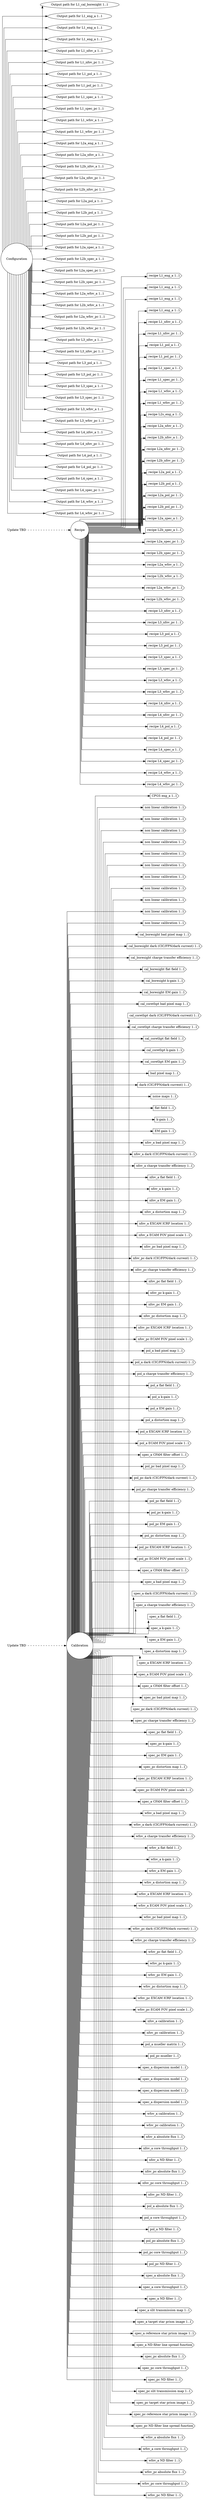
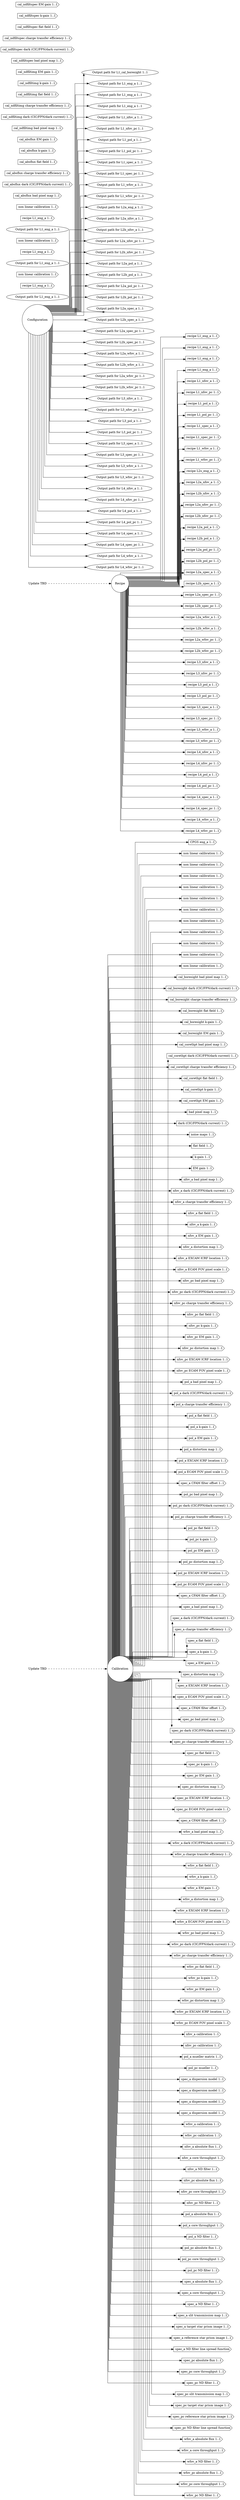
digraph Clerks
{
  graph [splines="ortho", rankdir=LR];

  alarm_cal [label="Update TBD", shape="none"];
  alarm_rec [label="Update TBD", shape="none"];

  calib [label="Calibration", shape="circle",
         runname="clerk.calibration"
         runtype="dawgie.Analyzer"
         fsmtype="dip.clerk.impls.calibration.FSM"];
  config [label="Configuration", shape="circle",
          runname="clerk.configuration",
          runtype="dawgie.Analyzer",
          fsmtype="dip.clerk.impls.config.FSM"];
  recipe [label="Recipe", shape="circle",
          runname="clerk.recipe"
          runtype="dawgie.Analyzer"
          fsmtype="dip.clerk.impls.recipe.FSM"];

  eng_a_cpgs [label="CPGS eng_a 1..1", shape="cds",
              valname="clerk.calibration.eng_a.cpgs",
              valtype="dip.base.Cpgs"];

  // begin l1
+   l1_cal_absflux_odir [label="Output path for L1_eng_a 1..1", shape="ellipse",
+                        valname="clerk.configuration.l1_cal_absflux.outdir",
+                        valtype="dip.base.Configuration"];
+   l1_cal_absflux_rec [label="recipe L1_eng_a 1..1", shape="cds",
+                       valname="clerk.recipe.l1_cal_absflux.recipe",
+                       valtype="dip.base.Recipe"];
+   l1_cal_absflux_nllut [label="non linear calibration 1..1", shape="cds",
+                         valname="clerk.calibration.l1_cal_absflux.nonlin",
+                         valtype="dip.base.Calibration"];
+ 
  l1_cal_boresight_odir [label="Output path for L1_cal_boresight 1..1", shape="ellipse",
                         valname="clerk.configuration.l1_cal_boresight.outdir",
                         valtype="dip.base.Configuration"];
  l1_cal_boresight_rec [label="recipe L1_eng_a 1..1", shape="cds",
                        valname="clerk.recipe.l1_cal_boresight.recipe",
                        valtype="dip.base.Recipe"];
  l1_cal_boresight_nllut [label="non linear calibration 1..1", shape="cds",
                          valname="clerk.calibration.l1_cal_boresight.nonlin",
                          valtype="dip.base.Calibration"];

  l1_cal_corethpt_odir [label="Output path for L1_eng_a 1..1", shape="ellipse",
                        valname="clerk.configuration.l1_cal_corethpt.outdir",
                        valtype="dip.base.Configuration"];
  l1_cal_corethpt_rec [label="recipe L1_eng_a 1..1", shape="cds",
                       valname="clerk.recipe.l1_cal_corethpt.recipe",
                       valtype="dip.base.Recipe"];
  l1_cal_corethpt_nllut [label="non linear calibration 1..1", shape="cds",
                         valname="clerk.calibration.l1_cal_corethpt.nonlin",
                         valtype="dip.base.Calibration"];

+   l1_cal_ndfiltimg_odir [label="Output path for L1_eng_a 1..1", shape="ellipse",
+                         valname="clerk.configuration.l1_cal_ndfiltimg.outdir",
+                         valtype="dip.base.Configuration"];
+   l1_cal_ndfiltimg_rec [label="recipe L1_eng_a 1..1", shape="cds",
+                        valname="clerk.recipe.l1_cal_ndfiltimg.recipe",
+                        valtype="dip.base.Recipe"];
+   l1_cal_ndfiltimg_nllut [label="non linear calibration 1..1", shape="cds",
+                          valname="clerk.calibration.l1_cal_ndfiltimg.nonlin",
+                          valtype="dip.base.Calibration"];
+ 
+   l1_cal_ndfiltspec_odir [label="Output path for L1_eng_a 1..1", shape="ellipse",
+                           valname="clerk.configuration.l1_cal_ndfiltspec.outdir",
+                           valtype="dip.base.Configuration"];
+   l1_cal_ndfiltspec_rec [label="recipe L1_eng_a 1..1", shape="cds",
+                          valname="clerk.recipe.l1_cal_ndfiltspec.recipe",
+                          valtype="dip.base.Recipe"];
+   l1_cal_ndfiltspec_nllut [label="non linear calibration 1..1", shape="cds",
+                            valname="clerk.calibration.l1_cal_ndfiltspec.nonlin",
+                            valtype="dip.base.Calibration"];
+ 
  l1_cal_pupil_odir [label="Output path for L1_eng_a 1..1", shape="ellipse",
                     valname="clerk.configuration.l1_cal_pupil.outdir",
                     valtype="dip.base.Configuration"];
  l1_cal_pupil_rec [label="recipe L1_eng_a 1..1", shape="cds",
                    valname="clerk.recipe.l1_cal_pupil.recipe",
                    valtype="dip.base.Recipe"];

  l1_eng_a_odir [label="Output path for L1_eng_a 1..1", shape="ellipse",
                 valname="clerk.configuration.l1_eng_a.outdir",
                 valtype="dip.base.Configuration"];
  l1_eng_a_rec [label="recipe L1_eng_a 1..1", shape="cds",
                valname="clerk.recipe.l1_eng_a.recipe",
                valtype="dip.base.Recipe"];
  l1_eng_a_nln [label="non linear calibration 1..1", shape="cds",
                valname="clerk.calibration.l1_eng_a.nonlin",
                valtype="dip.base.Calibration"];

  l1_nfov_a_odir [label="Output path for L1_nfov_a 1..1", shape="ellipse",
                 valname="clerk.configuration.l1_nfov_a.outdir",
                 valtype="dip.base.Configuration"];
  l1_nfov_a_rec [label="recipe L1_nfov_a 1..1", shape="cds",
                valname="clerk.recipe.l1_nfov_a.recipe",
                valtype="dip.base.Recipe"];
  l1_nfov_a_nllut [label="non linear calibration 1..1", shape="cds",
                     valname="clerk.calibration.l1_nfov_a.nonlin",
                     valtype="dip.base.Calibration"];

  l1_nfov_pc_odir [label="Output path for L1_nfov_pc 1..1", shape="ellipse",
                 valname="clerk.configuration.l1_nfov_pc.outdir",
                 valtype="dip.base.Configuration"];
  l1_nfov_pc_rec [label="recipe L1_nfov_pc 1..1", shape="cds",
                valname="clerk.recipe.l1_nfov_pc.recipe",
                valtype="dip.base.Recipe"];
  l1_nfov_pc_nllut [label="non linear calibration 1..1", shape="cds",
                     valname="clerk.calibration.l1_nfov_pc.nonlin",
                     valtype="dip.base.Calibration"];

  l1_pol_a_odir [label="Output path for L1_pol_a 1..1", shape="ellipse",
                 valname="clerk.configuration.l1_pol_a.outdir",
                 valtype="dip.base.Configuration"];
  l1_pol_a_rec [label="recipe L1_pol_a 1..1", shape="cds",
                valname="clerk.recipe.l1_pol_a.recipe",
                valtype="dip.base.Recipe"];
  l1_pol_a_nllut [label="non linear calibration 1..1", shape="cds",
                     valname="clerk.calibration.l1_pol_a.nonlin",
                     valtype="dip.base.Calibration"];

  l1_pol_pc_odir [label="Output path for L1_pol_pc 1..1", shape="ellipse",
                 valname="clerk.configuration.l1_pol_pc.outdir",
                 valtype="dip.base.Configuration"];
  l1_pol_pc_rec [label="recipe L1_pol_pc 1..1", shape="cds",
                valname="clerk.recipe.l1_pol_pc.recipe",
                valtype="dip.base.Recipe"];
  l1_pol_pc_nllut [label="non linear calibration 1..1", shape="cds",
                     valname="clerk.calibration.l1_pol_pc.nonlin",
                     valtype="dip.base.Calibration"];

  l1_spec_a_odir [label="Output path for L1_spec_a 1..1", shape="ellipse",
                 valname="clerk.configuration.l1_spec_a.outdir",
                 valtype="dip.base.Configuration"];
  l1_spec_a_rec [label="recipe L1_spec_a 1..1", shape="cds",
                valname="clerk.recipe.l1_spec_a.recipe",
                valtype="dip.base.Recipe"];
  l1_spec_a_nllut [label="non linear calibration 1..1", shape="cds",
                     valname="clerk.calibration.l1_spec_a.nonlin",
                     valtype="dip.base.Calibration"];

  l1_spec_pc_odir [label="Output path for L1_spec_pc 1..1", shape="ellipse",
                 valname="clerk.configuration.l1_spec_pc.outdir",
                 valtype="dip.base.Configuration"];
  l1_spec_pc_rec [label="recipe L1_spec_pc 1..1", shape="cds",
                valname="clerk.recipe.l1_spec_pc.recipe",
                valtype="dip.base.Recipe"];
  l1_spec_pc_nllut [label="non linear calibration 1..1", shape="cds",
                     valname="clerk.calibration.l1_spec_pc.nonlin",
                     valtype="dip.base.Calibration"];

  l1_wfov_a_odir [label="Output path for L1_wfov_a 1..1", shape="ellipse",
                 valname="clerk.configuration.l1_wfov_a.outdir",
                 valtype="dip.base.Configuration"];
  l1_wfov_a_rec [label="recipe L1_wfov_a 1..1", shape="cds",
                valname="clerk.recipe.l1_wfov_a.recipe",
                valtype="dip.base.Recipe"];
  l1_wfov_a_nllut [label="non linear calibration 1..1", shape="cds",
                     valname="clerk.calibration.l1_wfov_a.nonlin",
                     valtype="dip.base.Calibration"];

  l1_wfov_pc_odir [label="Output path for L1_wfov_pc 1..1", shape="ellipse",
                 valname="clerk.configuration.l1_wfov_pc.outdir",
                 valtype="dip.base.Configuration"];
  l1_wfov_pc_rec [label="recipe L1_wfov_pc 1..1", shape="cds",
                valname="clerk.recipe.l1_wfov_pc.recipe",
                valtype="dip.base.Recipe"];
  l1_wfov_pc_nllut [label="non linear calibration 1..1", shape="cds",
                     valname="clerk.calibration.l1_wfov_pc.nonlin",
                     valtype="dip.base.Calibration"];
  // end l1

  // begin l2
+   l2a_cal_absflux_mbpm [label="cal_absflux bad pixel map 1..1", shape="cds",
+                          valname="clerk.calibration.l2a_cal_absflux.bad_pix_map",
+                          valtype="dip.base.Calibration"];
+   l2a_cal_absflux_dnb  [label="cal_absflux dark (CIC/FPN/dark current) 1..1", shape="cds",
+                          valname="clerk.calibration.l2a_cal_absflux.darks",
+                          valtype="dip.base.Calibration"];
+   l2a_cal_absflux_cti  [label="cal_absflux charge transfer efficiency 1..1", shape="cds",
+                          valname="clerk.calibration.l2a_cal_absflux.charge_xfer_eff",
+                          valtype="dip.base.Calibration"];
+   l2a_cal_absflux_ff  [label="cal_absflux flat field 1..1", shape="cds",
+                         valname="clerk.calibration.l2a_cal_absflux.flat_field",
+                         valtype="dip.base.Calibration"];
+   l2a_cal_absflux_kgain  [label="cal_absflux k-gain 1..1", shape="cds",
+                            valname="clerk.calibration.l2a_cal_absflux.k_gain",
+                            valtype="dip.base.Calibration"];
+   l2a_cal_absflux_emg [label="cal_absflux EM gain 1..1", shape="cds",
+                         valname="clerk.calibration.l2a_cal_absflux.em_gain",
+                         valtype="dip.base.Calibration"];
+ 
  l2a_cal_boresight_mbpm [label="cal_boresight bad pixel map 1..1", shape="cds",
                          valname="clerk.calibration.l2a_cal_boresight.bad_pix_map",
                          valtype="dip.base.Calibration"];
  l2a_cal_boresight_dnb  [label="cal_boresight dark (CIC/FPN/dark current) 1..1", shape="cds",
                          valname="clerk.calibration.l2a_cal_boresight.darks",
                          valtype="dip.base.Calibration"];
  l2a_cal_boresight_cti  [label="cal_boresight charge transfer efficiency 1..1", shape="cds",
                          valname="clerk.calibration.l2a_cal_boresight.charge_xfer_eff",
                          valtype="dip.base.Calibration"];
  l2a_cal_boresight_ff  [label="cal_boresight flat field 1..1", shape="cds",
                         valname="clerk.calibration.l2a_cal_boresight.flat_field",
                         valtype="dip.base.Calibration"];
  l2a_cal_boresight_kgain  [label="cal_boresight k-gain 1..1", shape="cds",
                            valname="clerk.calibration.l2a_cal_boresight.k_gain",
                            valtype="dip.base.Calibration"];
  l2a_cal_boresight_emg [label="cal_boresight EM gain 1..1", shape="cds",
                         valname="clerk.calibration.l2a_cal_boresight.em_gain",
                         valtype="dip.base.Calibration"];

  l2a_cal_corethpt_mbpm [label="cal_corethpt bad pixel map 1..1", shape="cds",
                         valname="clerk.calibration.l2a_cal_corethpt.bad_pix_map",
                         valtype="dip.base.Calibration"];
  l2a_cal_corethpt_dnb  [label="cal_corethpt dark (CIC/FPN/dark current) 1..1", shape="cds",
                         valname="clerk.calibration.l2a_cal_corethpt.darks",
                         valtype="dip.base.Calibration"];
  l2a_cal_corethpt_cti  [label="cal_corethpt charge transfer efficiency 1..1", shape="cds",
                         valname="clerk.calibration.l2a_cal_corethpt.charge_xfer_eff",
                         valtype="dip.base.Calibration"];
  l2a_cal_corethpt_ff  [label="cal_corethpt flat field 1..1", shape="cds",
                        valname="clerk.calibration.l2a_cal_corethpt.flat_field",
                        valtype="dip.base.Calibration"];
  l2a_cal_corethpt_kgain  [label="cal_corethpt k-gain 1..1", shape="cds",
                           valname="clerk.calibration.l2a_cal_corethpt.k_gain",
                           valtype="dip.base.Calibration"];
  l2a_cal_corethpt_emg [label="cal_corethpt EM gain 1..1", shape="cds",
                        valname="clerk.calibration.l2a_cal_corethpt.em_gain",
+                         valtype="dip.base.Calibration"];
+ 
+   l2a_cal_ndfiltimg_mbpm [label="cal_ndfiltimg bad pixel map 1..1", shape="cds",
+                          valname="clerk.calibration.l2a_cal_ndfiltimg.bad_pix_map",
+                          valtype="dip.base.Calibration"];
+   l2a_cal_ndfiltimg_dnb  [label="cal_ndfiltimg dark (CIC/FPN/dark current) 1..1", shape="cds",
+                          valname="clerk.calibration.l2a_cal_ndfiltimg.darks",
+                          valtype="dip.base.Calibration"];
+   l2a_cal_ndfiltimg_cti  [label="cal_ndfiltimg charge transfer efficiency 1..1", shape="cds",
+                          valname="clerk.calibration.l2a_cal_ndfiltimg.charge_xfer_eff",
+                          valtype="dip.base.Calibration"];
+   l2a_cal_ndfiltimg_ff  [label="cal_ndfiltimg flat field 1..1", shape="cds",
+                         valname="clerk.calibration.l2a_cal_ndfiltimg.flat_field",
+                         valtype="dip.base.Calibration"];
+   l2a_cal_ndfiltimg_kgain  [label="cal_ndfiltimg k-gain 1..1", shape="cds",
+                            valname="clerk.calibration.l2a_cal_ndfiltimg.k_gain",
+                            valtype="dip.base.Calibration"];
+   l2a_cal_ndfiltimg_emg [label="cal_ndfiltimg EM gain 1..1", shape="cds",
+                         valname="clerk.calibration.l2a_cal_ndfiltimg.em_gain",
+                         valtype="dip.base.Calibration"];
+ 
+ 
+   l2a_cal_ndfiltspec_mbpm [label="cal_ndfiltspec bad pixel map 1..1", shape="cds",
+                          valname="clerk.calibration.l2a_cal_ndfiltspec.bad_pix_map",
+                          valtype="dip.base.Calibration"];
+   l2a_cal_ndfiltspec_dnb  [label="cal_ndfiltspec dark (CIC/FPN/dark current) 1..1", shape="cds",
+                          valname="clerk.calibration.l2a_cal_ndfiltspec.darks",
+                          valtype="dip.base.Calibration"];
+   l2a_cal_ndfiltspec_cti  [label="cal_ndfiltspec charge transfer efficiency 1..1", shape="cds",
+                          valname="clerk.calibration.l2a_cal_ndfiltspec.charge_xfer_eff",
+                          valtype="dip.base.Calibration"];
+   l2a_cal_ndfiltspec_ff  [label="cal_ndfiltspec flat field 1..1", shape="cds",
+                         valname="clerk.calibration.l2a_cal_ndfiltspec.flat_field",
+                         valtype="dip.base.Calibration"];
+   l2a_cal_ndfiltspec_kgain  [label="cal_ndfiltspec k-gain 1..1", shape="cds",
+                            valname="clerk.calibration.l2a_cal_ndfiltspec.k_gain",
+                            valtype="dip.base.Calibration"];
+   l2a_cal_ndfiltspec_emg [label="cal_ndfiltspec EM gain 1..1", shape="cds",
+                         valname="clerk.calibration.l2a_cal_ndfiltspec.em_gain",
                        valtype="dip.base.Calibration"];

  l2a_eng_a_odir [label="Output path for L2a_eng_a 1..1", shape="ellipse",
                 valname="clerk.configuration.l2_eng_a.outdir",
                 valtype="dip.base.Configuration"];
  l2a_eng_a_rec [label="recipe L2s_eng_a 1..1", shape="cds",
                 valname="clerk.recipe.l2a_eng_a.recipe",
                 valtype="dip.base.Recipe"];
  l2a_eng_a_mbpm [label="bad pixel map 1..1", shape="cds",
                valname="clerk.calibration.l2a_eng_a.bad_pix_map",
                valtype="dip.base.Calibration"];
  l2a_eng_a_dnb  [label="dark (CIC/FPN/dark current) 1..1", shape="cds",
                  valname="clerk.calibration.l2a_eng_a.darks",
                  valtype="dip.base.Calibration"];
  l2a_eng_a_nm  [label="noise maps 1..1", shape="cds",
                valname="clerk.calibration.l2a_eng_a.noise_map",
                valtype="dip.base.Calibration"];
  l2a_eng_a_ff  [label="flat field 1..1", shape="cds",
                valname="clerk.calibration.l2a_eng_a.flat_field",
                valtype="dip.base.Calibration"];
  l2a_eng_a_kgain  [label="k-gain 1..1", shape="cds",
                valname="clerk.calibration.l2a_eng_a.k_gain",
                valtype="dip.base.Calibration"];
  l2a_eng_a_emg [label="EM gain 1..1", shape="cds",
                valname="clerk.calibration.l2a_eng_a.em_gain",
                valtype="dip.base.Calibration"];

  l2a_nfov_a_odir [label="Output path for L2a_nfov_a 1..1", shape="ellipse",
                 valname="clerk.configuration.l2a_nfov_a.outdir",
                 valtype="dip.base.Configuration"];
  l2a_nfov_a_rec [label="recipe L2a_nfov_a 1..1", shape="cds",
                 valname="clerk.recipe.l2a_nfov_a.recipe",
                 valtype="dip.base.Recipe"];
  l2a_nfov_a_mbpm [label="nfov_a bad pixel map 1..1", shape="cds",
                valname="clerk.calibration.l2a_nfov_a.bad_pix_map",
                valtype="dip.base.Calibration"];
  l2a_nfov_a_dnb  [label="nfov_a dark (CIC/FPN/dark current) 1..1", shape="cds",
                  valname="clerk.calibration.l2a_nfov_a.darks",
                  valtype="dip.base.Calibration"];
  l2a_nfov_a_cti  [label="nfov_a charge transfer efficiency 1..1", shape="cds",
                valname="clerk.calibration.l2a_nfov_a.charge_xfer_eff",
                valtype="dip.base.Calibration"];
  l2a_nfov_a_ff  [label="nfov_a flat field 1..1", shape="cds",
                valname="clerk.calibration.l2a_nfov_a.flat_field",
                valtype="dip.base.Calibration"];
  l2a_nfov_a_kgain  [label="nfov_a k-gain 1..1", shape="cds",
                valname="clerk.calibration.l2a_nfov_a.k_gain",
                valtype="dip.base.Calibration"];
  l2a_nfov_a_emg [label="nfov_a EM gain 1..1", shape="cds",
                valname="clerk.calibration.l2a_nfov_a.em_gain",
                valtype="dip.base.Calibration"];
  l2b_nfov_a_odir [label="Output path for L2b_nfov_a 1..1", shape="ellipse",
                 valname="clerk.configuration.l2b_nfov_a.outdir",
                 valtype="dip.base.Configuration"];
  l2b_nfov_a_rec [label="recipe L2b_nfov_a 1..1", shape="cds",
                 valname="clerk.recipe.l2b_nfov_a.recipe",
                 valtype="dip.base.Recipe"];
  l2b_nfov_a_distm [label="nfov_a distortion map 1..1", shape="cds",
                 valname="clerk.calibration.l2b_nfov_a.distortion_map",
                 valtype="dip.base.Calibration"];
  l2b_nfov_a_excicrf [label="nfov_a EXCAM ICRF location 1..1", shape="cds",
                 valname="clerk.calibration.l2b_nfov_a.excam_icrf_location",
                 valtype="dip.base.Calibration"];
  l2b_nfov_a_excfovps [label="nfov_a ECAM FOV pixel scale 1..1", shape="cds",
                 valname="clerk.calibration.l2b_nfov_a.excam_fov_pixel_scale",
                 valtype="dip.base.Calibration"];

  l2a_nfov_pc_odir [label="Output path for L2a_nfov_pc 1..1", shape="ellipse",
                 valname="clerk.configuration.l2a_nfov_pc.outdir",
                 valtype="dip.base.Configuration"];
  l2a_nfov_pc_rec [label="recipe L2a_nfov_pc 1..1", shape="cds",
                 valname="clerk.recipe.l2a_nfov_pc.recipe",
                 valtype="dip.base.Recipe"];
  l2a_nfov_pc_mbpm [label="nfov_pc bad pixel map 1..1", shape="cds",
                valname="clerk.calibration.l2a_nfov_pc.bad_pix_map",
                valtype="dip.base.Calibration"];
  l2a_nfov_pc_dnb  [label="nfov_pc dark (CIC/FPN/dark current) 1..1", shape="cds",
                  valname="clerk.calibration.l2a_nfov_pc.darks",
                  valtype="dip.base.Calibration"];
  l2a_nfov_pc_cti  [label="nfov_pc charge transfer efficiency 1..1", shape="cds",
                valname="clerk.calibration.l2a_nfov_pc.charge_xfer_eff",
                valtype="dip.base.Calibration"];
  l2a_nfov_pc_ff  [label="nfov_pc flat field 1..1", shape="cds",
                valname="clerk.calibration.l2a_nfov_pc.flat_field",
                valtype="dip.base.Calibration"];
  l2a_nfov_pc_kgain  [label="nfov_pc k-gain 1..1", shape="cds",
                valname="clerk.calibration.l2a_nfov_pc.k_gain",
                valtype="dip.base.Calibration"];
  l2a_nfov_pc_emg [label="nfov_pc EM gain 1..1", shape="cds",
                valname="clerk.calibration.l2a_nfov_pc.em_gain",
                valtype="dip.base.Calibration"];
  l2b_nfov_pc_odir [label="Output path for L2b_nfov_pc 1..1", shape="ellipse",
                 valname="clerk.configuration.l2b_nfov_pc.outdir",
                 valtype="dip.base.Configuration"];
  l2b_nfov_pc_rec [label="recipe L2b_nfov_pc 1..1", shape="cds",
                 valname="clerk.recipe.l2b_nfov_pc.recipe",
                 valtype="dip.base.Recipe"];
  l2b_nfov_pc_distm [label="nfov_pc distortion map 1..1", shape="cds",
                 valname="clerk.calibration.l2b_nfov_pc.distortion_map",
                 valtype="dip.base.Calibration"];
  l2b_nfov_pc_excicrf [label="nfov_pc EXCAM ICRF location 1..1", shape="cds",
                 valname="clerk.calibration.l2b_nfov_pc.excam_icrf_location",
                 valtype="dip.base.Calibration"];
  l2b_nfov_pc_excfovps [label="nfov_pc ECAM FOV pixel scale 1..1", shape="cds",
                 valname="clerk.calibration.l2b_nfov_pc.excam_fov_pixel_scale",
                 valtype="dip.base.Calibration"];

  l2a_pol_a_odir [label="Output path for L2a_pol_a 1..1", shape="ellipse",
                 valname="clerk.configuration.l2a_pol_a.outdir",
                 valtype="dip.base.Configuration"];
  l2a_pol_a_rec [label="recipe L2a_pol_a 1..1", shape="cds",
                 valname="clerk.recipe.l2a_pol_a.recipe",
                 valtype="dip.base.Recipe"];
  l2a_pol_a_mbpm [label="pol_a bad pixel map 1..1", shape="cds",
                valname="clerk.calibration.l2a_pol_a.bad_pix_map",
                valtype="dip.base.Calibration"];
  l2a_pol_a_dnb  [label="pol_a dark (CIC/FPN/dark current) 1..1", shape="cds",
                  valname="clerk.calibration.l2a_pol_a.darks",
                  valtype="dip.base.Calibration"];
  l2a_pol_a_cti  [label="pol_a charge transfer efficiency 1..1", shape="cds",
                valname="clerk.calibration.l2a_pol_a.charge_xfer_eff",
                valtype="dip.base.Calibration"];
  l2a_pol_a_polff  [label="pol_a flat field 1..1", shape="cds",
                valname="clerk.calibration.l2a_pol_a.flat_field",
                valtype="dip.base.Calibration"];
  l2a_pol_a_kgain  [label="pol_a k-gain 1..1", shape="cds",
                valname="clerk.calibration.l2a_pol_a.k_gain",
                valtype="dip.base.Calibration"];
  l2a_pol_a_emg [label="pol_a EM gain 1..1", shape="cds",
                valname="clerk.calibration.l2a_pol_a.em_gain",
                valtype="dip.base.Calibration"];
  l2b_pol_a_odir [label="Output path for L2b_pol_a 1..1", shape="ellipse",
                 valname="clerk.configuration.l2b_pol_a.outdir",
                 valtype="dip.base.Configuration"];
  l2b_pol_a_rec [label="recipe L2b_pol_a 1..1", shape="cds",
                 valname="clerk.recipe.l2b_pol_a.recipe",
                 valtype="dip.base.Recipe"];
  l2b_pol_a_distm [label="pol_a distortion map 1..1", shape="cds",
                 valname="clerk.calibration.l2b_pol_a.distortion_map",
                 valtype="dip.base.Calibration"];
  l2b_pol_a_excicrf [label="pol_a EXCAM ICRF location 1..1", shape="cds",
                 valname="clerk.calibration.l2b_pol_a.excam_icrf_location",
                 valtype="dip.base.Calibration"];
  l2b_pol_a_excfovps [label="pol_a ECAM FOV pixel scale 1..1", shape="cds",
                 valname="clerk.calibration.l2b_pol_a.excam_fov_pixel_scale",
                 valtype="dip.base.Calibration"];
  l2b_pol_a_cfamfo [label="spec_a CFAM filter offset 1..1", shape="cds",
                 valname="clerk.calibration.l2b_pol_a.cfam_filter_offset",
                 valtype="dip.base.Calibration"];

  l2a_pol_pc_odir [label="Output path for L2a_pol_pc 1..1", shape="ellipse",
                 valname="clerk.configuration.l2a_pol_pc.outdir",
                 valtype="dip.base.Configuration"];
  l2a_pol_pc_rec [label="recipe L2a_pol_pc 1..1", shape="cds",
                 valname="clerk.recipe.l2a_pol_pc.recipe",
                 valtype="dip.base.Recipe"];
  l2a_pol_pc_mbpm [label="pol_pc bad pixel map 1..1", shape="cds",
                valname="clerk.calibration.l2a_pol_pc.bad_pix_map",
                valtype="dip.base.Calibration"];
  l2a_pol_pc_dnb  [label="pol_pc dark (CIC/FPN/dark current) 1..1", shape="cds",
                  valname="clerk.calibration.l2a_pol_pc.darks",
                  valtype="dip.base.Calibration"];
  l2a_pol_pc_cti  [label="pol_pc charge transfer efficiency 1..1", shape="cds",
                valname="clerk.calibration.l2a_pol_pc.charge_xfer_eff",
                valtype="dip.base.Calibration"];
  l2a_pol_pc_polff  [label="pol_pc flat field 1..1", shape="cds",
                valname="clerk.calibration.l2a_pol_pc.flat_field",
                valtype="dip.base.Calibration"];
  l2a_pol_pc_kgain  [label="pol_pc k-gain 1..1", shape="cds",
                valname="clerk.calibration.l2a_pol_pc.k_gain",
                valtype="dip.base.Calibration"];
  l2a_pol_pc_emg [label="pol_pc EM gain 1..1", shape="cds",
                valname="clerk.calibration.l2a_pol_pc.em_gain",
                valtype="dip.base.Calibration"];
  l2b_pol_pc_odir [label="Output path for L2b_pol_pc 1..1", shape="ellipse",
                 valname="clerk.configuration.l2b_pol_pc.outdir",
                 valtype="dip.base.Configuration"];
  l2b_pol_pc_rec [label="recipe L2b_pol_pc 1..1", shape="cds",
                 valname="clerk.recipe.l2b_pol_pc.recipe",
                 valtype="dip.base.Recipe"];
  l2b_pol_pc_distm [label="pol_pc distortion map 1..1", shape="cds",
                 valname="clerk.calibration.l2b_pol_pc.distortion_map",
                 valtype="dip.base.Calibration"];
  l2b_pol_pc_excicrf [label="pol_pc EXCAM ICRF location 1..1", shape="cds",
                 valname="clerk.calibration.l2b_pol_pc.excam_icrf_location",
                 valtype="dip.base.Calibration"];
  l2b_pol_pc_excfovps [label="pol_pc ECAM FOV pixel scale 1..1", shape="cds",
                 valname="clerk.calibration.l2b_pol_pc.excam_fov_pixel_scale",
                 valtype="dip.base.Calibration"];
  l2b_pol_pc_cfamfo [label="spec_a CFAM filter offset 1..1", shape="cds",
                 valname="clerk.calibration.l2b_pol_pc.cfam_filter_offset",
                 valtype="dip.base.Calibration"];

  l2a_spec_a_odir [label="Output path for L2a_spec_a 1..1", shape="ellipse",
                 valname="clerk.configuration.l2a_spec_a.outdir",
                 valtype="dip.base.Configuration"];
  l2a_spec_a_rec [label="recipe L2a_spec_a 1..1", shape="cds",
                 valname="clerk.recipe.l2a_spec_a.recipe",
                 valtype="dip.base.Recipe"];
  l2a_spec_a_mbpm [label="spec_a bad pixel map 1..1", shape="cds",
                valname="clerk.calibration.l2a_spec_a.bad_pix_map",
                valtype="dip.base.Calibration"];
  l2a_spec_a_dnb  [label="spec_a dark (CIC/FPN/dark current) 1..1", shape="cds",
                  valname="clerk.calibration.l2a_spec_a.darks",
                  valtype="dip.base.Calibration"];
  l2a_spec_a_cti  [label="spec_a charge transfer efficiency 1..1", shape="cds",
                valname="clerk.calibration.l2a_spec_a.charge_xfer_eff",
                valtype="dip.base.Calibration"];
  l2a_spec_a_ff  [label="spec_a flat field 1..1", shape="cds",
                valname="clerk.calibration.l2a_spec_a.flat_field",
                valtype="dip.base.Calibration"];
  l2a_spec_a_kgain  [label="spec_a k-gain 1..1", shape="cds",
                valname="clerk.calibration.l2a_spec_a.k_gain",
                valtype="dip.base.Calibration"];
  l2a_spec_a_emg [label="spec_a EM gain 1..1", shape="cds",
                valname="clerk.calibration.l2a_spec_a.em_gain",
                valtype="dip.base.Calibration"];
  l2b_spec_a_odir [label="Output path for L2b_spec_a 1..1", shape="ellipse",
                 valname="clerk.configuration.l2b_spec_a.outdir",
                 valtype="dip.base.Configuration"];
  l2b_spec_a_rec [label="recipe L2b_spec_a 1..1", shape="cds",
                 valname="clerk.recipe.l2b_spec_a.recipe",
                 valtype="dip.base.Recipe"];
  l2b_spec_a_distm [label="spec_a distortion map 1..1", shape="cds",
                 valname="clerk.calibration.l2b_spec_a.distortion_map",
                 valtype="dip.base.Calibration"];
  l2b_spec_a_excicrf [label="spec_a EXCAM ICRF location 1..1", shape="cds",
                 valname="clerk.calibration.l2b_spec_a.excam_icrf_location",
                 valtype="dip.base.Calibration"];
  l2b_spec_a_excfovps [label="spec_a ECAM FOV pixel scale 1..1", shape="cds",
                 valname="clerk.calibration.l2b_spec_a.excam_fov_pixel_scale",
                 valtype="dip.base.Calibration"];
  l2b_spec_a_cfamfo [label="spec_a CFAM filter offset 1..1", shape="cds",
                 valname="clerk.calibration.l2b_spec_a.cfam_filter_offset",
                 valtype="dip.base.Calibration"];

  l2a_spec_pc_odir [label="Output path for L2a_spec_pc 1..1", shape="ellipse",
                 valname="clerk.configuration.l2a_spec_pc.outdir",
                 valtype="dip.base.Configuration"];
  l2a_spec_pc_rec [label="recipe L2a_spec_pc 1..1", shape="cds",
                 valname="clerk.recipe.l2a_spec_pc.recipe",
                 valtype="dip.base.Recipe"];
  l2a_spec_pc_mbpm [label="spec_pc bad pixel map 1..1", shape="cds",
                valname="clerk.calibration.l2a_spec_pc.bad_pix_map",
                valtype="dip.base.Calibration"];
  l2a_spec_pc_dnb  [label="spec_pc dark (CIC/FPN/dark current) 1..1", shape="cds",
                  valname="clerk.calibration.l2a_spec_pc.darks",
                  valtype="dip.base.Calibration"];
  l2a_spec_pc_cti  [label="spec_pc charge transfer efficiency 1..1", shape="cds",
                valname="clerk.calibration.l2a_spec_pc.charge_xfer_eff",
                valtype="dip.base.Calibration"];
  l2a_spec_pc_ff  [label="spec_pc flat field 1..1", shape="cds",
                valname="clerk.calibration.l2a_spec_pc.flat_field",
                valtype="dip.base.Calibration"];
  l2a_spec_pc_kgain  [label="spec_pc k-gain 1..1", shape="cds",
                valname="clerk.calibration.l2a_spec_pc.k_gain",
                valtype="dip.base.Calibration"];
  l2a_spec_pc_emg [label="spec_pc EM gain 1..1", shape="cds",
                valname="clerk.calibration.l2a_spec_pc.em_gain",
                valtype="dip.base.Calibration"];
  l2b_spec_pc_odir [label="Output path for L2b_spec_pc 1..1", shape="ellipse",
                 valname="clerk.configuration.l2b_spec_pc.outdir",
                 valtype="dip.base.Configuration"];
  l2b_spec_pc_rec [label="recipe L2b_spec_pc 1..1", shape="cds",
                 valname="clerk.recipe.l2b_spec_pc.recipe",
                 valtype="dip.base.Recipe"];
  l2b_spec_pc_distm [label="spec_pc distortion map 1..1", shape="cds",
                 valname="clerk.calibration.l2b_spec_pc.distortion_map",
                 valtype="dip.base.Calibration"];
  l2b_spec_pc_excicrf [label="spec_pc EXCAM ICRF location 1..1", shape="cds",
                 valname="clerk.calibration.l2b_spec_pc.excam_icrf_location",
                 valtype="dip.base.Calibration"];
  l2b_spec_pc_excfovps [label="spec_pc ECAM FOV pixel scale 1..1", shape="cds",
                 valname="clerk.calibration.l2b_spec_pc.excam_fov_pixel_scale",
                 valtype="dip.base.Calibration"];
  l2b_spec_pc_cfamfo [label="spec_a CFAM filter offset 1..1", shape="cds",
                 valname="clerk.calibration.l2b_spec_pc.cfam_filter_offset",
                 valtype="dip.base.Calibration"];

  l2a_wfov_a_odir [label="Output path for L2a_wfov_a 1..1", shape="ellipse",
                 valname="clerk.configuration.l2a_wfov_a.outdir",
                 valtype="dip.base.Configuration"];
  l2a_wfov_a_rec [label="recipe L2a_wfov_a 1..1", shape="cds",
                 valname="clerk.recipe.l2a_wfov_a.recipe",
                 valtype="dip.base.Recipe"];
  l2a_wfov_a_mbpm [label="wfov_a bad pixel map 1..1", shape="cds",
                valname="clerk.calibration.l2a_wfov_a.bad_pix_map",
                valtype="dip.base.Calibration"];
  l2a_wfov_a_dnb  [label="wfov_a dark (CIC/FPN/dark current) 1..1", shape="cds",
                  valname="clerk.calibration.l2a_wfov_a.darks",
                  valtype="dip.base.Calibration"];
  l2a_wfov_a_cti  [label="wfov_a charge transfer efficiency 1..1", shape="cds",
                valname="clerk.calibration.l2a_wfov_a.charge_xfer_eff",
                valtype="dip.base.Calibration"];
  l2a_wfov_a_ff  [label="wfov_a flat field 1..1", shape="cds",
                valname="clerk.calibration.l2a_wfov_a.flat_field",
                valtype="dip.base.Calibration"];
  l2a_wfov_a_kgain  [label="wfov_a k-gain 1..1", shape="cds",
                valname="clerk.calibration.l2a_wfov_a.k_gain",
                valtype="dip.base.Calibration"];
  l2a_wfov_a_emg [label="wfov_a EM gain 1..1", shape="cds",
                valname="clerk.calibration.l2a_wfov_a.em_gain",
                valtype="dip.base.Calibration"];
  l2b_wfov_a_odir [label="Output path for L2b_wfov_a 1..1", shape="ellipse",
                 valname="clerk.configuration.l2b_wfov_a.outdir",
                 valtype="dip.base.Configuration"];
  l2b_wfov_a_rec [label="recipe L2b_wfov_a 1..1", shape="cds",
                 valname="clerk.recipe.l2b_wfov_a.recipe",
                 valtype="dip.base.Recipe"];
  l2b_wfov_a_distm [label="wfov_a distortion map 1..1", shape="cds",
                 valname="clerk.calibration.l2b_wfov_a.distortion_map",
                 valtype="dip.base.Calibration"];
  l2b_wfov_a_excicrf [label="wfov_a EXCAM ICRF location 1..1", shape="cds",
                 valname="clerk.calibration.l2b_wfov_a.excam_icrf_location",
                 valtype="dip.base.Calibration"];
  l2b_wfov_a_excfovps [label="wfov_a ECAM FOV pixel scale 1..1", shape="cds",
                 valname="clerk.calibration.l2b_wfov_a.excam_fov_pixel_scale",
                 valtype="dip.base.Calibration"];

  l2a_wfov_pc_odir [label="Output path for L2a_wfov_pc 1..1", shape="ellipse",
                 valname="clerk.configuration.l2a_wfov_pc.outdir",
                 valtype="dip.base.Configuration"];
  l2a_wfov_pc_rec [label="recipe L2a_wfov_pc 1..1", shape="cds",
                 valname="clerk.recipe.l2a_wfov_pc.recipe",
                 valtype="dip.base.Recipe"];
  l2a_wfov_pc_mbpm [label="wfov_pc bad pixel map 1..1", shape="cds",
                valname="clerk.calibration.l2a_wfov_pc.bad_pix_map",
                valtype="dip.base.Calibration"];
  l2a_wfov_pc_dnb  [label="wfov_pc dark (CIC/FPN/dark current) 1..1", shape="cds",
                  valname="clerk.calibration.l2a_wfov_pc.darks",
                  valtype="dip.base.Calibration"];
  l2a_wfov_pc_cti  [label="wfov_pc charge transfer efficiency 1..1", shape="cds",
                valname="clerk.calibration.l2a_wfov_pc.charge_xfer_eff",
                valtype="dip.base.Calibration"];
  l2a_wfov_pc_ff  [label="wfov_pc flat field 1..1", shape="cds",
                valname="clerk.calibration.l2a_wfov_pc.flat_field",
                valtype="dip.base.Calibration"];
  l2a_wfov_pc_kgain  [label="wfov_pc k-gain 1..1", shape="cds",
                valname="clerk.calibration.l2a_wfov_pc.k_gain",
                valtype="dip.base.Calibration"];
  l2a_wfov_pc_emg [label="wfov_pc EM gain 1..1", shape="cds",
                valname="clerk.calibration.l2a_wfov_pc.em_gain",
                valtype="dip.base.Calibration"];
  l2b_wfov_pc_odir [label="Output path for L2b_wfov_pc 1..1", shape="ellipse",
                 valname="clerk.configuration.l2b_wfov_pc.outdir",
                 valtype="dip.base.Configuration"];
  l2b_wfov_pc_rec [label="recipe L2b_wfov_pc 1..1", shape="cds",
                 valname="clerk.recipe.l2b_wfov_pc.recipe",
                 valtype="dip.base.Recipe"];
  l2b_wfov_pc_distm [label="wfov_pc distortion map 1..1", shape="cds",
                 valname="clerk.calibration.l2b_wfov_pc.distortion_map",
                 valtype="dip.base.Calibration"];
  l2b_wfov_pc_excicrf [label="wfov_pc EXCAM ICRF location 1..1", shape="cds",
                 valname="clerk.calibration.l2b_wfov_pc.excam_icrf_location",
                 valtype="dip.base.Calibration"];
  l2b_wfov_pc_excfovps [label="wfov_pc ECAM FOV pixel scale 1..1", shape="cds",
                 valname="clerk.calibration.l2b_wfov_pc.excam_fov_pixel_scale",
                 valtype="dip.base.Calibration"];
  // end l2

  // begin l3

  l3_nfov_a_odir [label="Output path for L3_nfov_a 1..1", shape="ellipse",
                 valname="clerk.configuration.l3_nfov_a.outdir",
                 valtype="dip.base.Configuration"];
  l3_nfov_a_rec [label="recipe L3_nfov_a 1..1", shape="cds",
                 valname="clerk.recipe.l3_nfov_a.recipe",
                 valtype="dip.base.Recipe"];
  l3_nfov_a_cal [label="nfov_a calibration 1..1", shape="cds",
                 valname="clerk.calibration.l3_nfov_a.calibration",
                 valtype="dip.base.Calibration"];

  l3_nfov_pc_odir [label="Output path for L3_nfov_pc 1..1", shape="ellipse",
                 valname="clerk.configuration.l3_nfov_pc.outdir",
                 valtype="dip.base.Configuration"];
  l3_nfov_pc_rec [label="recipe L3_nfov_pc 1..1", shape="cds",
                 valname="clerk.recipe.l3_nfov_pc.recipe",
                 valtype="dip.base.Recipe"];
  l3_nfov_pc_cal [label="nfov_pc calibration 1..1", shape="cds",
                 valname="clerk.calibration.l3_nfov_pc.calibration",
                 valtype="dip.base.Calibration"];

  l3_pol_a_odir [label="Output path for L3_pol_a 1..1", shape="ellipse",
                 valname="clerk.configuration.l3_pol_a.outdir",
                 valtype="dip.base.Configuration"];
  l3_pol_a_rec [label="recipe L3_pol_a 1..1", shape="cds",
                 valname="clerk.recipe.l3_pol_a.recipe",
                 valtype="dip.base.Recipe"];
  l3_pol_a_mueller [label="pol_a mueller matrix 1..1", shape="cds",
                 valname="clerk.calibration.l3_pol_a.mueller_matrix",
                 valtype="dip.base.Calibration"];

  l3_pol_pc_odir [label="Output path for L3_pol_pc 1..1", shape="ellipse",
                 valname="clerk.configuration.l3_pol_pc.outdir",
                 valtype="dip.base.Configuration"];
  l3_pol_pc_rec [label="recipe L3_pol_pc 1..1", shape="cds",
                 valname="clerk.recipe.l3_pol_pc.recipe",
                 valtype="dip.base.Recipe"];
  l3_pol_pc_mueller [label="pol_pc mueller 1..1", shape="cds",
                 valname="clerk.calibration.l3_pol_pc.mueller_matrix",
                 valtype="dip.base.Calibration"];

  l3_spec_a_odir [label="Output path for L3_spec_a 1..1", shape="ellipse",
                 valname="clerk.configuration.l3_spec_a.outdir",
                 valtype="dip.base.Configuration"];
  l3_spec_a_rec [label="recipe L3_spec_a 1..1", shape="cds",
                 valname="clerk.recipe.l3_spec_a.recipe",
                 valtype="dip.base.Recipe"];
  l3_spec_a_dispm [label="spec_a dispersion model 1..1", shape="cds",
                 valname="clerk.calibration.l3_spec_a.dispersion_model",
                 valtype="dip.base.Calibration"];
  l3_spec_a_wavem [label="spec_a dispersion model 1..1", shape="cds",
                 valname="clerk.calibration.l3_spec_a.wavelength_map",
                 valtype="dip.base.Calibration"];

  l3_spec_pc_odir [label="Output path for L3_spec_pc 1..1", shape="ellipse",
                 valname="clerk.configuration.l3_spec_pc.outdir",
                 valtype="dip.base.Configuration"];
  l3_spec_pc_rec [label="recipe L3_spec_pc 1..1", shape="cds",
                 valname="clerk.recipe.l3_spec_pc.recipe",
                 valtype="dip.base.Recipe"];
  l3_spec_pc_dispm [label="spec_a dispersion model 1..1", shape="cds",
                 valname="clerk.calibration.l3_spec_pc.dispersion_model",
                 valtype="dip.base.Calibration"];
  l3_spec_pc_wavem [label="spec_a dispersion model 1..1", shape="cds",
                 valname="clerk.calibration.l3_spec_pc.wavelength_map",
                 valtype="dip.base.Calibration"];

  l3_wfov_a_odir [label="Output path for L3_wfov_a 1..1", shape="ellipse",
                 valname="clerk.configuration.l3_wfov_a.outdir",
                 valtype="dip.base.Configuration"];
  l3_wfov_a_rec [label="recipe L3_wfov_a 1..1", shape="cds",
                 valname="clerk.recipe.l3_wfov_a.recipe",
                 valtype="dip.base.Recipe"];
  l3_wfov_a_cal [label="wfov_a calibration 1..1", shape="cds",
                 valname="clerk.calibration.l3_wfov_a.calibration",
                 valtype="dip.base.Calibration"];

  l3_wfov_pc_odir [label="Output path for L3_wfov_pc 1..1", shape="ellipse",
                 valname="clerk.configuration.l3_wfov_pc.outdir",
                 valtype="dip.base.Configuration"];
  l3_wfov_pc_rec [label="recipe L3_wfov_pc 1..1", shape="cds",
                 valname="clerk.recipe.l3_wfov_pc.recipe",
                 valtype="dip.base.Recipe"];
  l3_wfov_pc_cal [label="wfov_pc calibration 1..1", shape="cds",
                 valname="clerk.calibration.l3_wfov_pc.calibration",
                 valtype="dip.base.Calibration"];
  // end l3

  // begin l4

  l4_nfov_a_odir [label="Output path for L4_nfov_a 1..1", shape="ellipse",
                 valname="clerk.configuration.l4_nfov_a.outdir",
                 valtype="dip.base.Configuration"];
  l4_nfov_a_rec [label="recipe L4_nfov_a 1..1", shape="cds",
                 valname="clerk.recipe.l4_nfov_a.recipe",
                 valtype="dip.base.Recipe"];
  l4_nfov_a_afcal [label="nfov_a absolute flux 1..1", shape="cds",
                 valname="clerk.calibration.l4_nfov_a.absolute_flux",
                 valtype="dip.base.Calibration"];
  l4_nfov_a_ctcal [label="nfov_a core throughput 1..1", shape="cds",
                 valname="clerk.calibration.l4_nfov_a.core_thruput",
                 valtype="dip.base.Calibration"];
  l4_nfov_a_ndfilt [label="nfov_a ND filter 1..1", shape="cds",
                 valname="clerk.calibration.l4_nfov_a.nd_filter",
                 valtype="dip.base.Calibration"];

  l4_nfov_pc_odir [label="Output path for L4_nfov_pc 1..1", shape="ellipse",
                 valname="clerk.configuration.l4_nfov_pc.outdir",
                 valtype="dip.base.Configuration"];
  l4_nfov_pc_rec [label="recipe L4_nfov_pc 1..1", shape="cds",
                 valname="clerk.recipe.l4_nfov_pc.recipe",
                 valtype="dip.base.Recipe"];
  l4_nfov_pc_afcal [label="nfov_pc absolute flux 1..1", shape="cds",
                 valname="clerk.calibration.l4_nfov_pc.absolute_flux",
                 valtype="dip.base.Calibration"];
  l4_nfov_pc_ctcal [label="nfov_pc core throughput 1..1", shape="cds",
                 valname="clerk.calibration.l4_nfov_pc.core_thruput",
                 valtype="dip.base.Calibration"];
  l4_nfov_pc_ndfilt [label="nfov_pc ND filter 1..1", shape="cds",
                 valname="clerk.calibration.l4_nfov_pc.nd_filter",
                 valtype="dip.base.Calibration"];

  l4_pol_a_odir [label="Output path for L4_pol_a 1..1", shape="ellipse",
                 valname="clerk.configuration.l4_pol_a.outdir",
                 valtype="dip.base.Configuration"];
  l4_pol_a_rec [label="recipe L4_pol_a 1..1", shape="cds",
                 valname="clerk.recipe.l4_pol_a.recipe",
                 valtype="dip.base.Recipe"];
  l4_pol_a_afcal [label="pol_a absolute flux 1..1", shape="cds",
                 valname="clerk.calibration.l4_pol_a.absolute_flux",
                 valtype="dip.base.Calibration"];
  l4_pol_a_ctcal [label="pol_a core throughput 1..1", shape="cds",
                 valname="clerk.calibration.l4_pol_a.core_thruput",
                 valtype="dip.base.Calibration"];
  l4_pol_a_ndfilt [label="pol_a ND filter 1..1", shape="cds",
                 valname="clerk.calibration.l4_pol_a.nd_filter",
                 valtype="dip.base.Calibration"];

  l4_pol_pc_odir [label="Output path for L4_pol_pc 1..1", shape="ellipse",
                 valname="clerk.configuration.l4_pol_pc.outdir",
                 valtype="dip.base.Configuration"];
  l4_pol_pc_rec [label="recipe L4_pol_pc 1..1", shape="cds",
                 valname="clerk.recipe.l4_pol_pc.recipe",
                 valtype="dip.base.Recipe"];
  l4_pol_pc_afcal [label="pol_pc absolute flux 1..1", shape="cds",
                 valname="clerk.calibration.l4_pol_pc.absolute_flux",
                 valtype="dip.base.Calibration"];
  l4_pol_pc_ctcal [label="pol_pc core throughput 1..1", shape="cds",
                 valname="clerk.calibration.l4_pol_pc.core_thruput",
                 valtype="dip.base.Calibration"];
  l4_pol_pc_ndfilt [label="pol_pc ND filter 1..1", shape="cds",
                 valname="clerk.calibration.l4_pol_pc.nd_filter",
                 valtype="dip.base.Calibration"];

  l4_spec_a_odir [label="Output path for L4_spec_a 1..1", shape="ellipse",
                 valname="clerk.configuration.l4_spec_a.outdir",
                 valtype="dip.base.Configuration"];
  l4_spec_a_rec [label="recipe L4_spec_a 1..1", shape="cds",
                 valname="clerk.recipe.l4_spec_a.recipe",
                 valtype="dip.base.Recipe"];
  l4_spec_a_afcal [label="spec_a absolute flux 1..1", shape="cds",
                 valname="clerk.calibration.l4_spec_a.absolute_flux",
                 valtype="dip.base.Calibration"];
  l4_spec_a_ctcal [label="spec_a core throughput 1..1", shape="cds",
                 valname="clerk.calibration.l4_spec_a.core_thruput",
                 valtype="dip.base.Calibration"];
  l4_spec_a_ndfilt [label="spec_a ND filter 1..1", shape="cds",
                 valname="clerk.calibration.l4_spec_a.nd_filter",
                 valtype="dip.base.Calibration"];
  l4_spec_a_stmap [label="spec_a slit transmission map 1..1", shape="cds",
                 valname="clerk.calibration.l4_spec_a.slit_transmission_map",
                 valtype="dip.base.Calibration"];
  l4_spec_a_tspi [label="spec_a target star prism image 1..1", shape="cds",
                 valname="clerk.calibration.l4_spec_a.target_star_prism_image",
                 valtype="dip.base.Calibration"];
  l4_spec_a_rspi [label="spec_a reference star prism image 1..1", shape="cds",
                 valname="clerk.calibration.l4_spec_a.ref_star_prism_image",
                 valtype="dip.base.Calibration"];
  l4_spec_a_lsf [label="spec_a ND filter line spread function", shape="cds",
                 valname="clerk.calibration.l4_spec_a.line_spread_function",
                 valtype="dip.base.Calibration"];

  l4_spec_pc_odir [label="Output path for L4_spec_pc 1..1", shape="ellipse",
                 valname="clerk.configuration.l4_spec_pc.outdir",
                 valtype="dip.base.Configuration"];
  l4_spec_pc_rec [label="recipe L4_spec_pc 1..1", shape="cds",
                 valname="clerk.recipe.l4_spec_pc.recipe",
                 valtype="dip.base.Recipe"];
  l4_spec_pc_afcal [label="spec_pc absolute flux 1..1", shape="cds",
                 valname="clerk.calibration.l4_spec_pc.absolute_flux",
                 valtype="dip.base.Calibration"];
  l4_spec_pc_ctcal [label="spec_pc core throughput 1..1", shape="cds",
                 valname="clerk.calibration.l4_spec_pc.core_thruput",
                 valtype="dip.base.Calibration"];
  l4_spec_pc_ndfilt [label="spec_pc ND filter 1..1", shape="cds",
                 valname="clerk.calibration.l4_spec_pc.nd_filter",
                 valtype="dip.base.Calibration"];
  l4_spec_pc_stmap [label="spec_pc slit transmission map 1..1", shape="cds",
                 valname="clerk.calibration.l4_spec_pc.slit_transmission_map",
                 valtype="dip.base.Calibration"];
  l4_spec_pc_tspi [label="spec_pc target star prism image 1..1", shape="cds",
                 valname="clerk.calibration.l4_spec_pc.target_star_prism_image",
                 valtype="dip.base.Calibration"];
  l4_spec_pc_rspi [label="spec_pc reference star prism image 1..1", shape="cds",
                 valname="clerk.calibration.l4_spec_pc.ref_star_prism_image",
                 valtype="dip.base.Calibration"];
  l4_spec_pc_lsf [label="spec_pc ND filter line spread function", shape="cds",
                 valname="clerk.calibration.l4_spec_pc.line_spread_function",
                 valtype="dip.base.Calibration"];

  l4_wfov_a_odir [label="Output path for L4_wfov_a 1..1", shape="ellipse",
                 valname="clerk.configuration.l4_wfov_a.outdir",
                 valtype="dip.base.Configuration"];
  l4_wfov_a_rec [label="recipe L4_wfov_a 1..1", shape="cds",
                 valname="clerk.recipe.l4_wfov_a.recipe",
                 valtype="dip.base.Recipe"];
  l4_wfov_a_afcal [label="wfov_a absolute flux 1..1", shape="cds",
                 valname="clerk.calibration.l4_wfov_a.absolute_flux",
                 valtype="dip.base.Calibration"];
  l4_wfov_a_ctcal [label="wfov_a core throughput 1..1", shape="cds",
                 valname="clerk.calibration.l4_wfov_a.core_thruput",
                 valtype="dip.base.Calibration"];
  l4_wfov_a_ndfilt [label="wfov_a ND filter 1..1", shape="cds",
                 valname="clerk.calibration.l4_wfov_a.nd_filter",
                 valtype="dip.base.Calibration"];

  l4_wfov_pc_odir [label="Output path for L4_wfov_pc 1..1", shape="ellipse",
                 valname="clerk.configuration.l4_wfov_pc.outdir",
                 valtype="dip.base.Configuration"];
  l4_wfov_pc_rec [label="recipe L4_wfov_pc 1..1", shape="cds",
                 valname="clerk.recipe.l4_wfov_pc.recipe",
                 valtype="dip.base.Recipe"];
  l4_wfov_pc_afcal [label="wfov_pc absolute flux 1..1", shape="cds",
                 valname="clerk.calibration.l4_wfov_pc.absolute_flux",
                 valtype="dip.base.Calibration"];
  l4_wfov_pc_ctcal [label="wfov_pc core throughput 1..1", shape="cds",
                 valname="clerk.calibration.l4_wfov_pc.core_thruput",
                 valtype="dip.base.Calibration"];
  l4_wfov_pc_ndfilt [label="wfov_pc ND filter 1..1", shape="cds",
                 valname="clerk.calibration.l4_wfov_pc.nd_filter",
                 valtype="dip.base.Calibration"];
  // end l4
  alarm_cal -> calib [style="dashed"];
  alarm_rec -> recipe [style="dashed"];

  calib -> l1_cal_boresight_nllut;
  calib -> l2a_cal_boresight_mbpm;
  calib -> l2a_cal_boresight_dnb;
  calib -> l2a_cal_boresight_cti;
  calib -> l2a_cal_boresight_ff;
  calib -> l2a_cal_boresight_kgain;
  calib -> l2a_cal_boresight_emg;
  config -> l1_cal_boresight_odir;
  recipe -> l1_cal_boresight_rec;

  calib -> l1_cal_corethpt_nllut;
  calib -> l2a_cal_corethpt_mbpm;
  calib -> l2a_cal_corethpt_dnb;
  calib -> l2a_cal_corethpt_cti;
  calib -> l2a_cal_corethpt_ff;
  calib -> l2a_cal_corethpt_kgain;
  calib -> l2a_cal_corethpt_emg;
  config -> l1_cal_corethpt_odir;
  recipe -> l1_cal_corethpt_rec;

  config -> l1_cal_pupil_odir;
  recipe -> l1_cal_pupil_rec;

  calib -> eng_a_cpgs;
  calib -> l1_eng_a_nln;
  calib -> l2a_eng_a_mbpm;
  calib -> l2a_eng_a_dnb;
  calib -> l2a_eng_a_nm;
  calib -> l2a_eng_a_ff;
  calib -> l2a_eng_a_kgain;
  calib -> l2a_eng_a_emg;
  config -> l1_eng_a_odir;
  config -> l2a_eng_a_odir;
  recipe -> l1_eng_a_rec;
  recipe -> l2a_eng_a_rec;

  calib -> l1_nfov_a_nllut;
  calib -> l2a_nfov_a_mbpm;
  calib -> l2a_nfov_a_dnb;
  calib -> l2a_nfov_a_cti;
  calib -> l2a_nfov_a_ff;
  calib -> l2a_nfov_a_kgain;
  calib -> l2a_nfov_a_emg;
  calib -> l2b_nfov_a_distm;
  calib -> l2b_nfov_a_excicrf;
  calib -> l2b_nfov_a_excfovps;
  calib -> l3_nfov_a_cal;
  calib -> l4_nfov_a_afcal;
  calib -> l4_nfov_a_ctcal;
  calib -> l4_nfov_a_ndfilt;
  config -> l1_nfov_a_odir;
  config -> l2a_nfov_a_odir;
  config -> l2b_nfov_a_odir;
  config -> l3_nfov_a_odir;
  config -> l4_nfov_a_odir;
  recipe -> l1_nfov_a_rec;
  recipe -> l2a_nfov_a_rec;
  recipe -> l2b_nfov_a_rec;
  recipe -> l3_nfov_a_rec;
  recipe -> l4_nfov_a_rec;

  calib -> l1_nfov_pc_nllut;
  calib -> l2a_nfov_pc_mbpm;
  calib -> l2a_nfov_pc_dnb;
  calib -> l2a_nfov_pc_cti;
  calib -> l2a_nfov_pc_ff;
  calib -> l2a_nfov_pc_kgain;
  calib -> l2a_nfov_pc_emg;
  calib -> l2b_nfov_pc_distm;
  calib -> l2b_nfov_pc_excicrf;
  calib -> l2b_nfov_pc_excfovps;
  calib -> l3_nfov_pc_cal;
  calib -> l4_nfov_pc_afcal;
  calib -> l4_nfov_pc_ctcal;
  calib -> l4_nfov_pc_ndfilt;
  config -> l1_nfov_pc_odir;
  config -> l2a_nfov_pc_odir;
  config -> l2b_nfov_pc_odir;
  config -> l3_nfov_pc_odir;
  config -> l4_nfov_pc_odir;
  recipe -> l1_nfov_pc_rec;
  recipe -> l2a_nfov_pc_rec;
  recipe -> l2b_nfov_pc_rec;
  recipe -> l3_nfov_pc_rec;
  recipe -> l4_nfov_pc_rec;

  calib -> l1_pol_a_nllut;
  calib -> l2a_pol_a_mbpm;
  calib -> l2a_pol_a_dnb;
  calib -> l2a_pol_a_cti;
  calib -> l2a_pol_a_polff;
  calib -> l2a_pol_a_kgain;
  calib -> l2a_pol_a_emg;
  calib -> l2b_pol_a_distm;
  calib -> l2b_pol_a_excicrf;
  calib -> l2b_pol_a_excfovps;
  calib -> l2b_pol_a_cfamfo;
  calib -> l3_pol_a_mueller;
  calib -> l4_pol_a_afcal;
  calib -> l4_pol_a_ctcal;
  calib -> l4_pol_a_ndfilt;
  config -> l1_pol_a_odir;
  config -> l2a_pol_a_odir;
  config -> l2b_pol_a_odir;
  config -> l3_pol_a_odir;
  config -> l4_pol_a_odir;
  recipe -> l1_pol_a_rec;
  recipe -> l2a_pol_a_rec;
  recipe -> l2b_pol_a_rec;
  recipe -> l3_pol_a_rec;
  recipe -> l4_pol_a_rec;

  calib -> l1_pol_pc_nllut;
  calib -> l2a_pol_pc_mbpm;
  calib -> l2a_pol_pc_dnb;
  calib -> l2a_pol_pc_cti;
  calib -> l2a_pol_pc_polff;
  calib -> l2a_pol_pc_kgain;
  calib -> l2a_pol_pc_emg;
  calib -> l2b_pol_pc_distm;
  calib -> l2b_pol_pc_excicrf;
  calib -> l2b_pol_pc_excfovps;
  calib -> l2b_pol_pc_cfamfo;
  calib -> l3_pol_pc_mueller;
  calib -> l4_pol_pc_afcal;
  calib -> l4_pol_pc_ctcal;
  calib -> l4_pol_pc_ndfilt;
  config -> l1_pol_pc_odir;
  config -> l2a_pol_pc_odir;
  config -> l2b_pol_pc_odir;
  config -> l3_pol_pc_odir;
  config -> l4_pol_pc_odir;
  recipe -> l1_pol_pc_rec;
  recipe -> l2a_pol_pc_rec;
  recipe -> l2b_pol_pc_rec;
  recipe -> l3_pol_pc_rec;
  recipe -> l4_pol_pc_rec;

  calib -> l1_spec_a_nllut;
  calib -> l2a_spec_a_mbpm;
  calib -> l2a_spec_a_dnb;
  calib -> l2a_spec_a_cti;
  calib -> l2a_spec_a_ff;
  calib -> l2a_spec_a_kgain;
  calib -> l2a_spec_a_emg;
  calib -> l2b_spec_a_distm;
  calib -> l2b_spec_a_excicrf;
  calib -> l2b_spec_a_excfovps;
  calib -> l2b_spec_a_cfamfo;
  calib -> l3_spec_a_dispm;
  calib -> l3_spec_a_wavem;
  calib -> l4_spec_a_afcal;
  calib -> l4_spec_a_ctcal;
  calib -> l4_spec_a_ndfilt;
  calib -> l4_spec_a_stmap;
  calib -> l4_spec_a_tspi;
  calib -> l4_spec_a_rspi;
  calib -> l4_spec_a_lsf;
  config -> l1_spec_a_odir;
  config -> l2a_spec_a_odir;
  config -> l2b_spec_a_odir;
  config -> l3_spec_a_odir;
  config -> l4_spec_a_odir;
  recipe -> l1_spec_a_rec;
  recipe -> l2a_spec_a_rec;
  recipe -> l2b_spec_a_rec;
  recipe -> l3_spec_a_rec;
  recipe -> l4_spec_a_rec;

  calib -> l1_spec_pc_nllut;
  calib -> l2a_spec_pc_mbpm;
  calib -> l2a_spec_pc_dnb;
  calib -> l2a_spec_pc_cti;
  calib -> l2a_spec_pc_ff;
  calib -> l2a_spec_pc_kgain;
  calib -> l2a_spec_pc_emg;
  calib -> l2b_spec_pc_distm;
  calib -> l2b_spec_pc_excicrf;
  calib -> l2b_spec_pc_excfovps;
  calib -> l2b_spec_pc_cfamfo;
  calib -> l3_spec_pc_dispm;
  calib -> l3_spec_pc_wavem;
  calib -> l4_spec_pc_afcal;
  calib -> l4_spec_pc_ctcal;
  calib -> l4_spec_pc_ndfilt;
  calib -> l4_spec_pc_stmap;
  calib -> l4_spec_pc_tspi;
  calib -> l4_spec_pc_rspi;
  calib -> l4_spec_pc_lsf;
  config -> l1_spec_pc_odir;
  config -> l2a_spec_pc_odir;
  config -> l2b_spec_pc_odir;
  config -> l3_spec_pc_odir;
  config -> l4_spec_pc_odir;
  recipe -> l1_spec_pc_rec;
  recipe -> l2a_spec_pc_rec;
  recipe -> l2b_spec_pc_rec;
  recipe -> l3_spec_pc_rec;
  recipe -> l4_spec_pc_rec;

  calib -> l1_wfov_a_nllut;
  calib -> l2a_wfov_a_mbpm;
  calib -> l2a_wfov_a_dnb;
  calib -> l2a_wfov_a_cti;
  calib -> l2a_wfov_a_ff;
  calib -> l2a_wfov_a_kgain;
  calib -> l2a_wfov_a_emg;
  calib -> l2b_wfov_a_distm;
  calib -> l2b_wfov_a_excicrf;
  calib -> l2b_wfov_a_excfovps;
  calib -> l3_wfov_a_cal;
  calib -> l4_wfov_a_afcal;
  calib -> l4_wfov_a_ctcal;
  calib -> l4_wfov_a_ndfilt;
  config -> l1_wfov_a_odir;
  config -> l2a_wfov_a_odir;
  config -> l2b_wfov_a_odir;
  config -> l3_wfov_a_odir;
  config -> l4_wfov_a_odir;
  recipe -> l1_wfov_a_rec;
  recipe -> l2a_wfov_a_rec;
  recipe -> l2b_wfov_a_rec;
  recipe -> l3_wfov_a_rec;
  recipe -> l4_wfov_a_rec;

  calib -> l1_wfov_pc_nllut;
  calib -> l2a_wfov_pc_mbpm;
  calib -> l2a_wfov_pc_dnb;
  calib -> l2a_wfov_pc_cti;
  calib -> l2a_wfov_pc_ff;
  calib -> l2a_wfov_pc_kgain;
  calib -> l2a_wfov_pc_emg;
  calib -> l2b_wfov_pc_distm;
  calib -> l2b_wfov_pc_excicrf;
  calib -> l2b_wfov_pc_excfovps;
  calib -> l3_wfov_pc_cal;
  calib -> l4_wfov_pc_afcal;
  calib -> l4_wfov_pc_ctcal;
  calib -> l4_wfov_pc_ndfilt;
  config -> l1_wfov_pc_odir;
  config -> l2a_wfov_pc_odir;
  config -> l2b_wfov_pc_odir;
  config -> l3_wfov_pc_odir;
  config -> l4_wfov_pc_odir;
  recipe -> l1_wfov_pc_rec;
  recipe -> l2a_wfov_pc_rec;
  recipe -> l2b_wfov_pc_rec;
  recipe -> l3_wfov_pc_rec;
  recipe -> l4_wfov_pc_rec;
}
